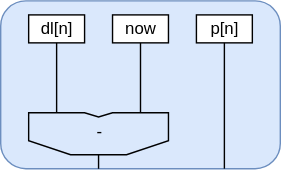
Above: edf_pre.drawio.svg in perlindgren/edf (draw.io), before the change. Source tidied: cells renumbered, new cells last; positions are measured from the earlier drawing's top-left corner, leaving out a move shared by most shapes. Source of this version:
```xml
<mxGraphModel>
  <root>
    <mxCell id="0" />
    <mxCell id="1" parent="0" />
    <mxCell id="2" style="rounded=1;whiteSpace=wrap;html=1;fillColor=#dae8fc;strokeColor=#6c8ebf;" parent="1" vertex="1">
      <mxGeometry width="200" height="120" as="geometry" />
    </mxCell>
    <mxCell id="3" value="dl[n]" style="rounded=0;whiteSpace=wrap;html=1;" parent="1" vertex="1">
      <mxGeometry x="20" y="10" width="40" height="20" as="geometry" />
    </mxCell>
    <mxCell id="4" style="endArrow=none;html=1;rounded=0;entryX=0.5;entryY=1;entryDx=0;entryDy=0;exitX=0.75;exitY=1;exitDx=0;exitDy=0;" parent="1" edge="1" target="3">
      <mxGeometry relative="1" as="geometry">
        <mxPoint x="40" y="80" as="sourcePoint" />
      </mxGeometry>
    </mxCell>
    <mxCell id="5" style="endArrow=none;html=1;rounded=0;exitX=0.25;exitY=1;exitDx=0;exitDy=0;" parent="1" edge="1">
      <mxGeometry relative="1" as="geometry">
        <mxPoint x="100" y="80" as="sourcePoint" />
        <mxPoint x="100" y="30" as="targetPoint" />
      </mxGeometry>
    </mxCell>
    <mxCell id="6" value="now" style="rounded=0;whiteSpace=wrap;html=1;" parent="1" vertex="1">
      <mxGeometry x="80" y="10" width="40" height="20" as="geometry" />
    </mxCell>
    <mxCell id="7" style="endArrow=none;html=1;rounded=0;" parent="1" edge="1">
      <mxGeometry relative="1" as="geometry">
        <mxPoint x="30" y="80" as="sourcePoint" />
        <mxPoint x="30" y="80" as="targetPoint" />
        <Array as="points">
          <mxPoint x="20" y="80" />
          <mxPoint x="20" y="100" />
          <mxPoint x="50" y="110" />
          <mxPoint x="90" y="110" />
          <mxPoint x="120" y="100" />
          <mxPoint x="120" y="80" />
          <mxPoint x="80" y="80" />
          <mxPoint x="70" y="83" />
          <mxPoint x="60" y="80" />
        </Array>
      </mxGeometry>
    </mxCell>
    <mxCell id="8" value="-" style="text;html=1;align=center;verticalAlign=middle;strokeColor=none;fillColor=none;" parent="1" vertex="1">
      <mxGeometry x="55" y="78" width="30" height="30" as="geometry" />
    </mxCell>
    <mxCell id="9" value="p[n]" style="rounded=0;whiteSpace=wrap;html=1;" parent="1" vertex="1">
      <mxGeometry x="140" y="10" width="40" height="20" as="geometry" />
    </mxCell>
    <mxCell id="10" style="endArrow=none;html=1;rounded=0;entryX=0.5;entryY=1;entryDx=0;entryDy=0;" parent="1" edge="1" target="9">
      <mxGeometry relative="1" as="geometry">
        <mxPoint x="160" y="120" as="sourcePoint" />
      </mxGeometry>
    </mxCell>
    <mxCell id="11" style="endArrow=none;html=1;rounded=0;" parent="1" edge="1">
      <mxGeometry relative="1" as="geometry">
        <mxPoint x="70" y="120" as="sourcePoint" />
        <mxPoint x="70" y="120" as="targetPoint" />
        <Array as="points">
          <mxPoint x="70" y="110" />
        </Array>
      </mxGeometry>
    </mxCell>
  </root>
</mxGraphModel>
```
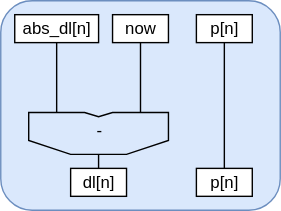
Above is the later version.

Change to the diagram source:
```diff
@@ -3,10 +3,10 @@
     <mxCell id="0" />
     <mxCell id="1" parent="0" />
     <mxCell id="2" style="rounded=1;whiteSpace=wrap;html=1;fillColor=#dae8fc;strokeColor=#6c8ebf;" parent="1" vertex="1">
-      <mxGeometry width="200" height="120" as="geometry" />
+      <mxGeometry width="200" height="150" as="geometry" />
     </mxCell>
-    <mxCell id="3" value="dl[n]" style="rounded=0;whiteSpace=wrap;html=1;" parent="1" vertex="1">
-      <mxGeometry x="20" y="10" width="40" height="20" as="geometry" />
+    <mxCell id="3" value="abs_dl[n]" style="rounded=0;whiteSpace=wrap;html=1;" parent="1" vertex="1">
+      <mxGeometry x="10" y="10" width="60" height="20" as="geometry" />
     </mxCell>
     <mxCell id="4" style="endArrow=none;html=1;rounded=0;entryX=0.5;entryY=1;entryDx=0;entryDy=0;exitX=0.75;exitY=1;exitDx=0;exitDy=0;" parent="1" edge="1" target="3">
       <mxGeometry relative="1" as="geometry">
@@ -59,5 +59,11 @@
         </Array>
       </mxGeometry>
     </mxCell>
+    <mxCell id="12" value="dl[n]" style="rounded=0;whiteSpace=wrap;html=1;" parent="1" vertex="1">
+      <mxGeometry x="50" y="120" width="40" height="20" as="geometry" />
+    </mxCell>
+    <mxCell id="13" value="p[n]" style="rounded=0;whiteSpace=wrap;html=1;" parent="1" vertex="1">
+      <mxGeometry x="140" y="120" width="40" height="20" as="geometry" />
+    </mxCell>
   </root>
 </mxGraphModel>
```
